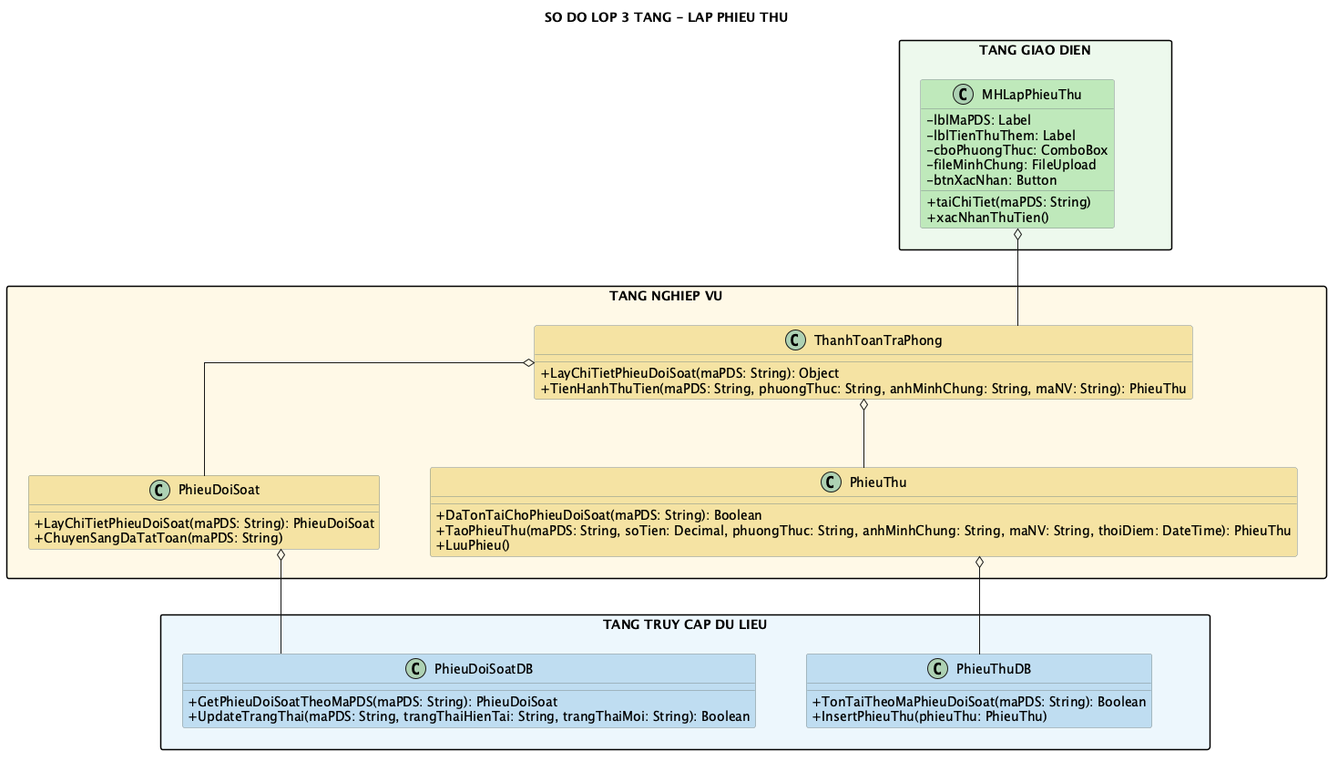
Ming1309/HomeStay-Dorm keeps this PlantUML diagram as diagram/png/lap-phieu-thu-class.png. Above is the earlier version.
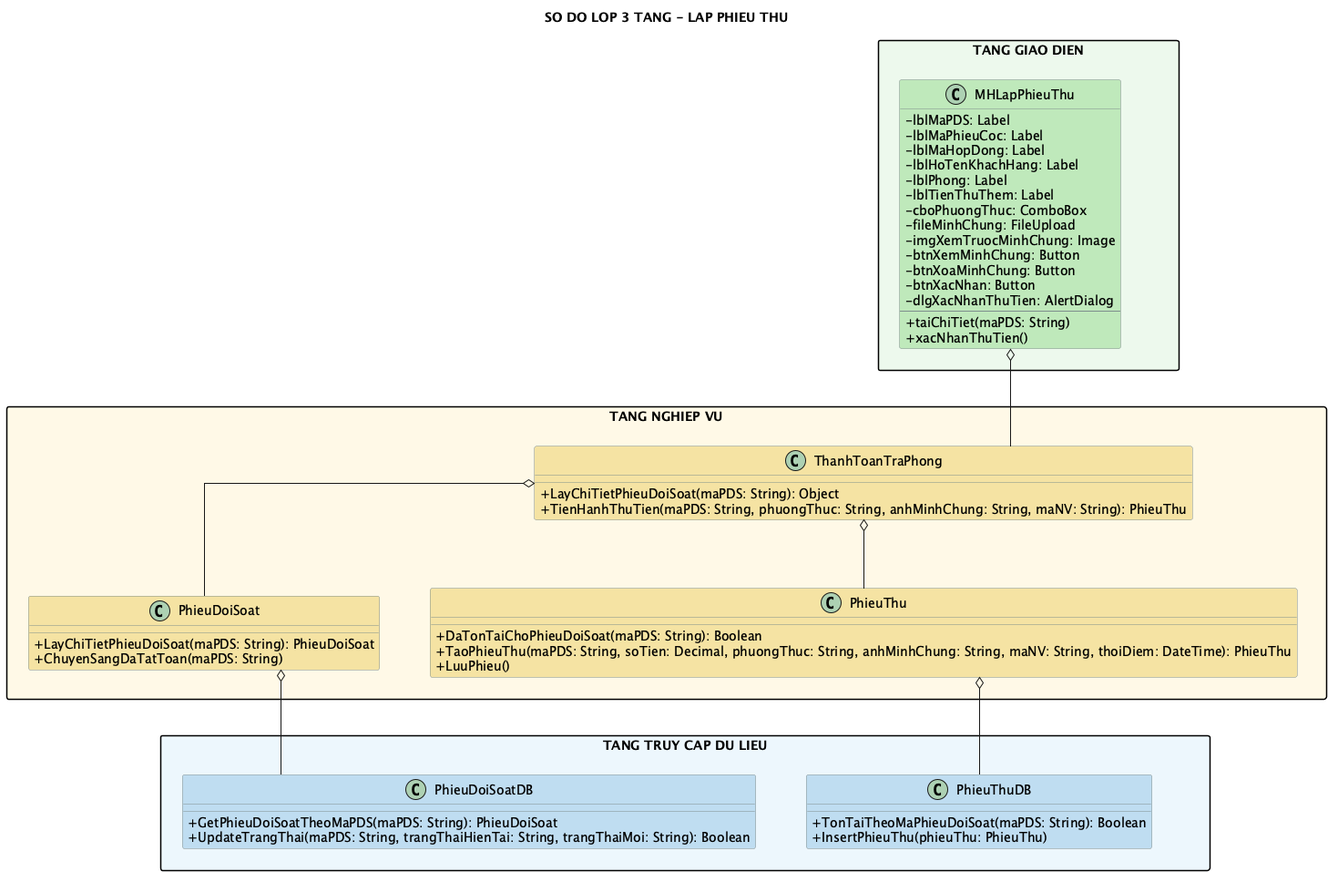
The same file after the commit.

What changed in the source:
```diff
@@ -12,10 +12,19 @@
 package "TANG GIAO DIEN" as GUI_LAYER #EDF9EC {
   class MHLapPhieuThu #BFE8BA {
     - lblMaPDS: Label
+    - lblMaPhieuCoc: Label
+    - lblMaHopDong: Label
+    - lblHoTenKhachHang: Label
+    - lblPhong: Label
     - lblTienThuThem: Label
     - cboPhuongThuc: ComboBox
     - fileMinhChung: FileUpload
+    - imgXemTruocMinhChung: Image
+    - btnXemMinhChung: Button
+    - btnXoaMinhChung: Button
     - btnXacNhan: Button
+    - dlgXacNhanThuTien: AlertDialog
+    --
     + taiChiTiet(maPDS: String)
     + xacNhanThuTien()
   }
```
